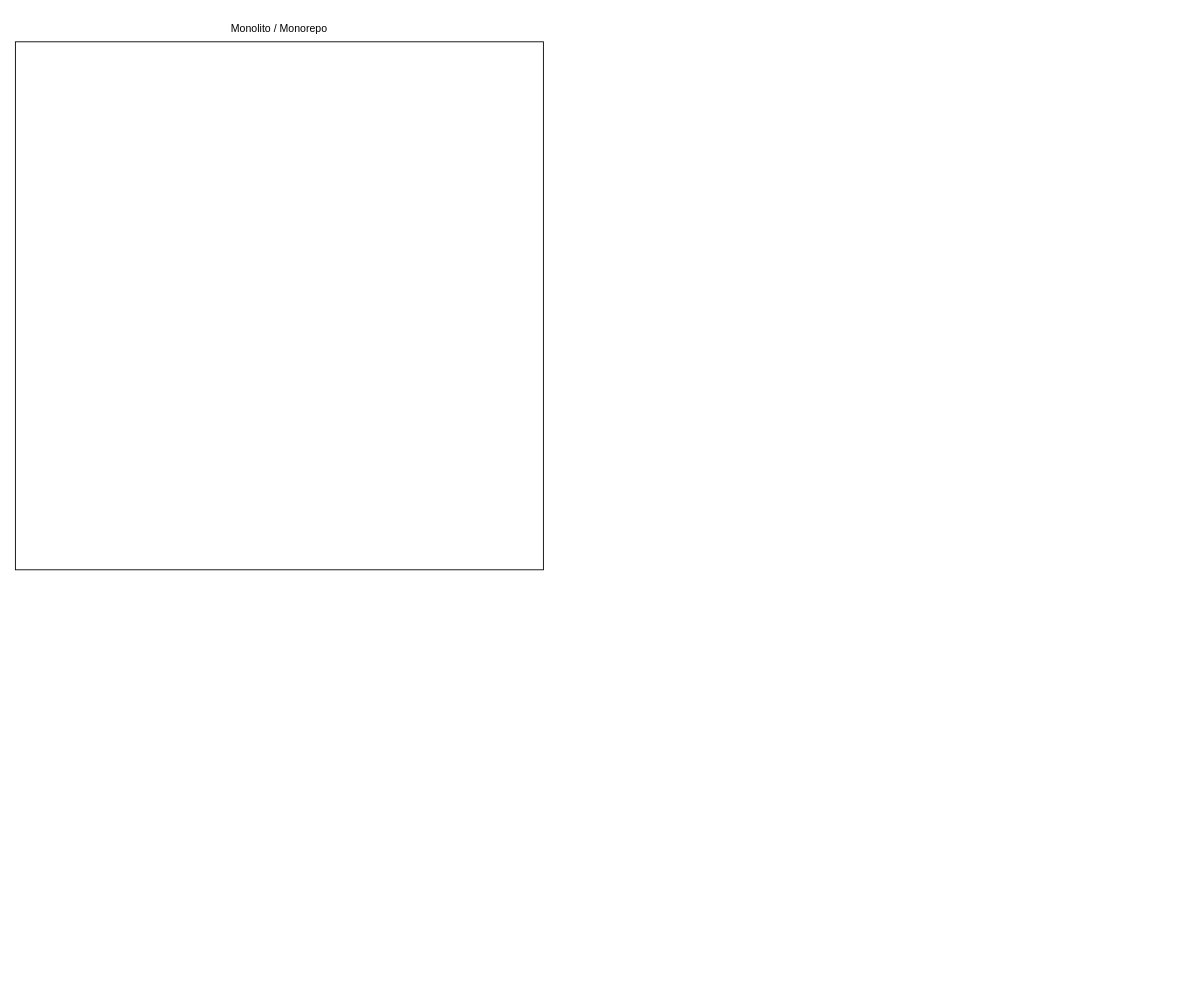
The draw.io diagram rascunho_arquitetura.drawio in RequiemSys/RequiemSys, before the edit. Source tidied: cells renumbered, new cells numbered last; positions are measured from the earlier drawing's top-left corner, leaving out a move shared by most shapes. Both pictures are drawn from the tidied source at 88%, with x=0, y=0 at pixel (15, 15).
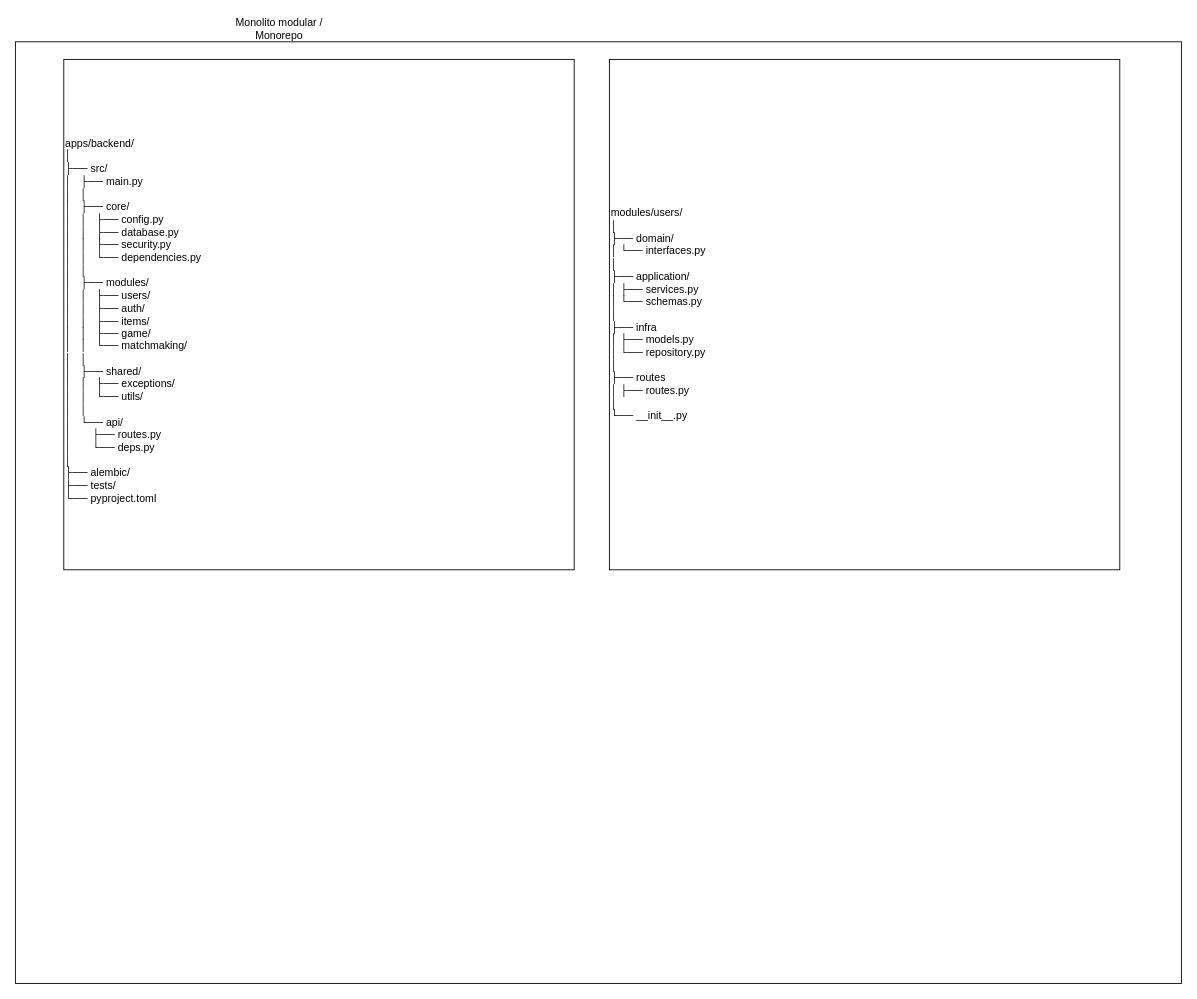
The same page after the edit.

What changed in the source:
```diff
@@
 <mxGraphModel>
   <root>
     <mxCell id="0" />
     <mxCell id="1" parent="0" />
     <mxCell id="2" style="rounded=0;whiteSpace=wrap;html=1;" parent="1" vertex="1">
-      <mxGeometry y="30" width="600" height="600" as="geometry" />
+      <mxGeometry y="30" width="1325" height="1070" as="geometry" />
     </mxCell>
-    <mxCell id="3" value="Monolito / Monorepo" style="text;html=1;align=center;verticalAlign=middle;whiteSpace=wrap;rounded=0;" parent="1" vertex="1">
+    <mxCell id="3" value="Monolito modular / Monorepo" style="text;html=1;align=center;verticalAlign=middle;whiteSpace=wrap;rounded=0;" parent="1" vertex="1">
       <mxGeometry x="235" width="130" height="30" as="geometry" />
     </mxCell>
+    <mxCell id="4" value="&lt;br&gt;&lt;br&gt;&lt;div&gt;&lt;font color=&quot;#000000&quot;&gt;&lt;div style=&quot;&quot;&gt;&lt;font color=&quot;#000000&quot;&gt;apps/backend/&lt;/font&gt;&lt;/div&gt;&lt;div style=&quot;&quot;&gt;&lt;font color=&quot;#000000&quot;&gt;│&lt;/font&gt;&lt;/div&gt;&lt;div style=&quot;&quot;&gt;&lt;font color=&quot;#000000&quot;&gt;├── src/&lt;/font&gt;&lt;/div&gt;&lt;div style=&quot;&quot;&gt;&lt;font color=&quot;#000000&quot;&gt;│&amp;nbsp; &amp;nbsp;├── main.py&lt;/font&gt;&lt;/div&gt;&lt;div style=&quot;&quot;&gt;&lt;font color=&quot;#000000&quot;&gt;│&amp;nbsp; &amp;nbsp;│&lt;/font&gt;&lt;/div&gt;&lt;div style=&quot;&quot;&gt;&lt;font color=&quot;#000000&quot;&gt;│&amp;nbsp; &amp;nbsp;├── core/&amp;nbsp; &amp;nbsp; &amp;nbsp; &amp;nbsp; &amp;nbsp; &amp;nbsp; &amp;nbsp; &amp;nbsp; &amp;nbsp;&lt;/font&gt;&lt;/div&gt;&lt;div style=&quot;&quot;&gt;&lt;font color=&quot;#000000&quot;&gt;│&amp;nbsp; &amp;nbsp;│&amp;nbsp; &amp;nbsp;├── config.py&lt;/font&gt;&lt;/div&gt;&lt;div style=&quot;&quot;&gt;&lt;font color=&quot;#000000&quot;&gt;│&amp;nbsp; &amp;nbsp;│&amp;nbsp; &amp;nbsp;├── database.py&lt;/font&gt;&lt;/div&gt;&lt;div style=&quot;&quot;&gt;&lt;font color=&quot;#000000&quot;&gt;│&amp;nbsp; &amp;nbsp;│&amp;nbsp; &amp;nbsp;├── security.py&lt;/font&gt;&lt;/div&gt;&lt;div style=&quot;&quot;&gt;&lt;font color=&quot;#000000&quot;&gt;│&amp;nbsp; &amp;nbsp;│&amp;nbsp; &amp;nbsp;└── dependencies.py&lt;/font&gt;&lt;/div&gt;&lt;div style=&quot;&quot;&gt;&lt;font color=&quot;#000000&quot;&gt;│&amp;nbsp; &amp;nbsp;│&lt;/font&gt;&lt;/div&gt;&lt;div style=&quot;&quot;&gt;&lt;font color=&quot;#000000&quot;&gt;│&amp;nbsp; &amp;nbsp;├── modules/&amp;nbsp; &amp;nbsp; &amp;nbsp; &amp;nbsp; &amp;nbsp; &amp;nbsp; &amp;nbsp;&lt;/font&gt;&lt;/div&gt;&lt;div style=&quot;&quot;&gt;&lt;font color=&quot;#000000&quot;&gt;│&amp;nbsp; &amp;nbsp;│&amp;nbsp; &amp;nbsp;├── users/&lt;/font&gt;&lt;/div&gt;&lt;div style=&quot;&quot;&gt;&lt;font color=&quot;#000000&quot;&gt;│&amp;nbsp; &amp;nbsp;│&amp;nbsp; &amp;nbsp;├── auth/&lt;/font&gt;&lt;/div&gt;&lt;div style=&quot;&quot;&gt;&lt;font color=&quot;#000000&quot;&gt;│&amp;nbsp; &amp;nbsp;│&amp;nbsp; &amp;nbsp;├── items/&lt;/font&gt;&lt;/div&gt;&lt;div style=&quot;&quot;&gt;&lt;font color=&quot;#000000&quot;&gt;│&amp;nbsp; &amp;nbsp;│&amp;nbsp; &amp;nbsp;├── game/&lt;/font&gt;&lt;/div&gt;&lt;div style=&quot;&quot;&gt;&lt;font color=&quot;#000000&quot;&gt;│&amp;nbsp; &amp;nbsp;│&amp;nbsp; &amp;nbsp;└── matchmaking/&lt;/font&gt;&lt;/div&gt;&lt;div style=&quot;&quot;&gt;&lt;font color=&quot;#000000&quot;&gt;│&amp;nbsp; &amp;nbsp;│&lt;/font&gt;&lt;/div&gt;&lt;div style=&quot;&quot;&gt;&lt;font color=&quot;#000000&quot;&gt;│&amp;nbsp; &amp;nbsp;├── shared/&amp;nbsp; &amp;nbsp; &amp;nbsp; &amp;nbsp; &amp;nbsp; &amp;nbsp; &amp;nbsp; &amp;nbsp;&lt;/font&gt;&lt;/div&gt;&lt;div style=&quot;&quot;&gt;&lt;font color=&quot;#000000&quot;&gt;│&amp;nbsp; &amp;nbsp;│&amp;nbsp; &amp;nbsp;├── exceptions/&lt;/font&gt;&lt;/div&gt;&lt;div style=&quot;&quot;&gt;&lt;font color=&quot;#000000&quot;&gt;│&amp;nbsp; &amp;nbsp;│&amp;nbsp; &amp;nbsp;└── utils/&lt;/font&gt;&lt;/div&gt;&lt;div style=&quot;&quot;&gt;&lt;font color=&quot;#000000&quot;&gt;│&amp;nbsp; &amp;nbsp;│&lt;/font&gt;&lt;/div&gt;&lt;div style=&quot;&quot;&gt;&lt;font color=&quot;#000000&quot;&gt;│&amp;nbsp; &amp;nbsp;└── api/&amp;nbsp; &amp;nbsp; &amp;nbsp; &amp;nbsp; &amp;nbsp; &amp;nbsp; &amp;nbsp; &amp;nbsp; &amp;nbsp;&amp;nbsp;&lt;/font&gt;&lt;/div&gt;&lt;div style=&quot;&quot;&gt;&lt;font color=&quot;#000000&quot;&gt;│&amp;nbsp; &amp;nbsp; &amp;nbsp; &amp;nbsp;├── routes.py&lt;/font&gt;&lt;/div&gt;&lt;div style=&quot;&quot;&gt;&lt;font color=&quot;#000000&quot;&gt;│&amp;nbsp; &amp;nbsp; &amp;nbsp; &amp;nbsp;└── deps.py&lt;/font&gt;&lt;/div&gt;&lt;div style=&quot;&quot;&gt;&lt;font color=&quot;#000000&quot;&gt;│&lt;/font&gt;&lt;/div&gt;&lt;div style=&quot;&quot;&gt;&lt;font color=&quot;#000000&quot;&gt;├── alembic/&lt;/font&gt;&lt;/div&gt;&lt;div style=&quot;&quot;&gt;&lt;font color=&quot;#000000&quot;&gt;├── tests/&lt;/font&gt;&lt;/div&gt;&lt;div style=&quot;&quot;&gt;&lt;font color=&quot;#000000&quot;&gt;└── pyproject.toml&lt;/font&gt;&lt;/div&gt;&lt;/font&gt;&lt;div&gt;&lt;br&gt;&lt;/div&gt;&lt;/div&gt;" style="whiteSpace=wrap;html=1;align=left;" parent="1" vertex="1">
+      <mxGeometry x="55" y="50" width="580" height="580" as="geometry" />
+    </mxCell>
+    <mxCell id="5" value="&lt;div&gt;&lt;div&gt;modules/users/&lt;br&gt;│&lt;br&gt;├── domain/&lt;br&gt;│   └── interfaces.py&lt;br&gt;│&lt;br&gt;├── application/&lt;br&gt;│   ├── services.py&lt;br&gt;│   └── schemas.py&lt;br&gt;│&lt;br&gt;├── infra&lt;br&gt;│   ├── models.py&lt;br&gt;│   └── repository.py&lt;br&gt;│&lt;br&gt;├── routes&lt;br&gt;│   ├── routes.py&lt;br&gt;│&lt;br&gt;└── __init__.py&lt;/div&gt;&lt;/div&gt;" style="whiteSpace=wrap;html=1;align=left;" parent="1" vertex="1">
+      <mxGeometry x="675" y="50" width="580" height="580" as="geometry" />
+    </mxCell>
   </root>
 </mxGraphModel>
```
